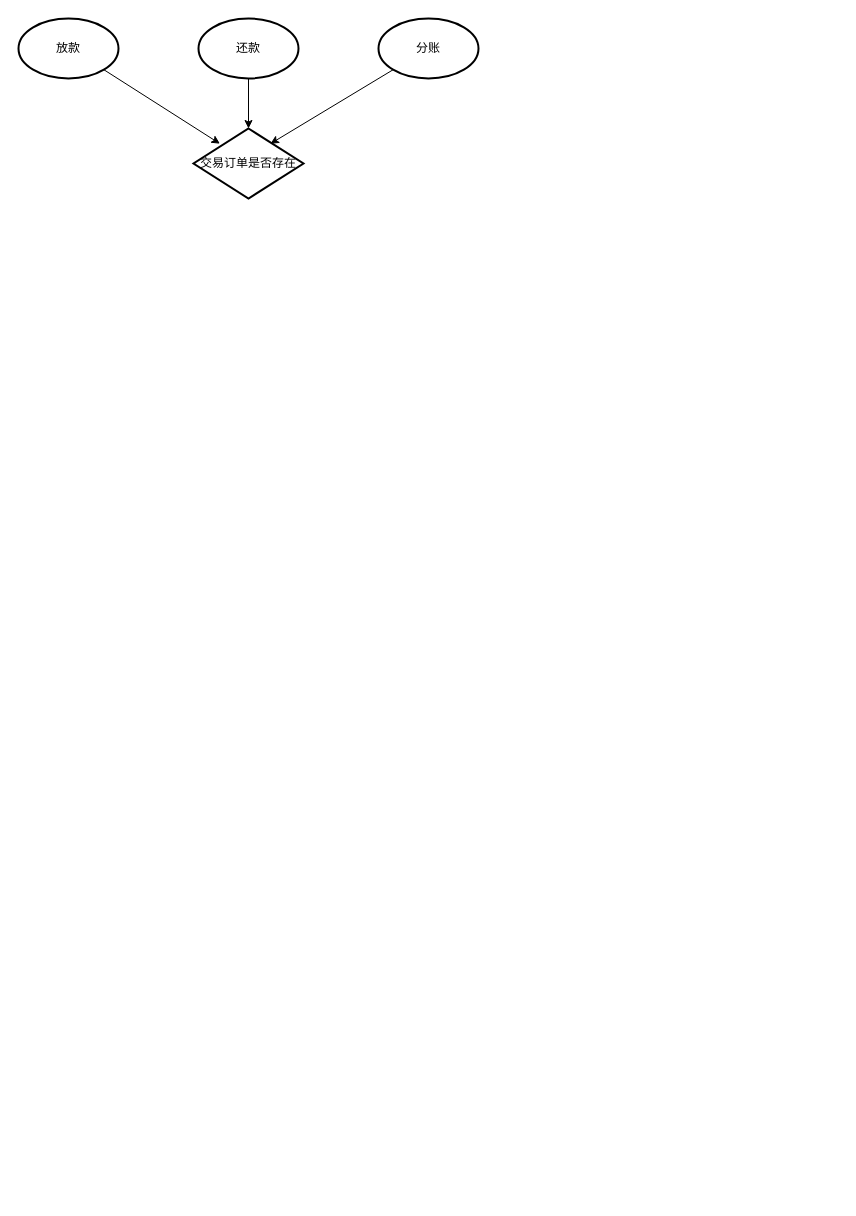
The draw.io diagram 金融科技/交易流程图ALL.drawio in 294794668/draw, before the edit. Source tidied: cells renumbered, new cells numbered last; positions are measured from the earlier drawing's top-left corner, leaving out a move shared by most shapes. Both pictures are drawn from the tidied source at 100%, with x=0, y=0 at pixel (18, 18).
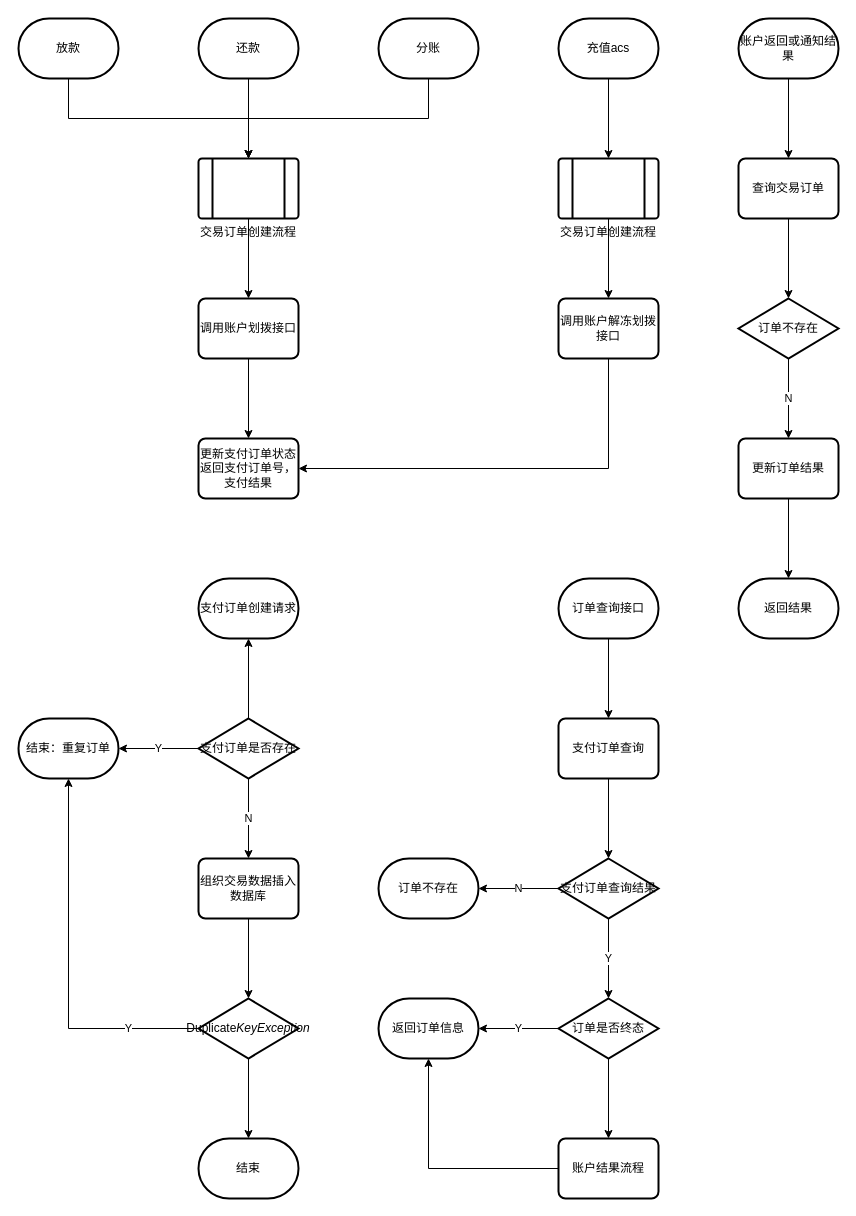
Above is the later version.

Commit message:
更新交易流程图ALL.drawio

Diff of the diagram source:
```diff
@@
-    <mxCell id="2" style="edgeStyle=none;rounded=0;jettySize=auto;html=1;" parent="1" edge="1" source="3" target="8">
-      <mxGeometry relative="1" as="geometry" />
-    </mxCell>
+    <mxCell id="9" style="edgeStyle=orthogonalEdgeStyle;rounded=0;jettySize=auto;html=1;" parent="1" edge="1" source="3" target="53">
+      <mxGeometry relative="1" as="geometry" />
+    </mxCell>
-    <mxCell id="3" value="还款" style="strokeWidth=2;html=1;shape=mxgraph.flowchart.start_1;whiteSpace=wrap;" parent="1" vertex="1">
+    <mxCell id="3" value="还款" style="strokeWidth=2;html=1;shape=mxgraph.flowchart.terminator;whiteSpace=wrap;fontFamily=Helvetica;fontSize=12;fontColor=#000000;align=center;strokeColor=#000000;fillColor=#ffffff;" parent="1" vertex="1">
       <mxGeometry x="180" width="100" height="60" as="geometry" />
     </mxCell>
-    <mxCell id="4" style="edgeStyle=none;rounded=0;jettySize=auto;html=1;exitX=0.855;exitY=0.855;exitDx=0;exitDy=0;exitPerimeter=0;entryX=0.24;entryY=0.217;entryDx=0;entryDy=0;entryPerimeter=0;" parent="1" edge="1" source="5" target="8">
-      <mxGeometry relative="1" as="geometry" />
-    </mxCell>
+    <mxCell id="10" style="edgeStyle=orthogonalEdgeStyle;rounded=0;jettySize=auto;html=1;" parent="1" edge="1" source="11" target="12">
+      <mxGeometry relative="1" as="geometry" />
+    </mxCell>
+    <mxCell id="11" value="调用账户划拨接口" style="rounded=1;whiteSpace=wrap;html=1;absoluteArcSize=1;arcSize=14;strokeWidth=2;fontFamily=Helvetica;fontSize=12;fontColor=#000000;align=center;strokeColor=#000000;fillColor=#ffffff;" parent="1" vertex="1">
+      <mxGeometry x="180" y="280" width="100" height="60" as="geometry" />
+    </mxCell>
+    <mxCell id="12" value="&lt;div&gt;更新支付订单状态&lt;/div&gt;&lt;div&gt;返回支付订单号，支付结果&lt;br&gt;&lt;/div&gt;" style="rounded=1;whiteSpace=wrap;html=1;absoluteArcSize=1;arcSize=14;strokeWidth=2;fontFamily=Helvetica;fontSize=12;fontColor=#000000;align=center;strokeColor=#000000;fillColor=#ffffff;" parent="1" vertex="1">
+      <mxGeometry x="180" y="420" width="100" height="60" as="geometry" />
+    </mxCell>
+    <mxCell id="13" style="edgeStyle=orthogonalEdgeStyle;rounded=0;jettySize=auto;html=1;" parent="1" edge="1" source="5">
+      <mxGeometry relative="1" as="geometry">
+        <mxPoint x="230" y="140" as="targetPoint" />
+        <Array as="points">
+          <mxPoint x="50" y="100" />
+          <mxPoint x="230" y="100" />
+        </Array>
+      </mxGeometry>
+    </mxCell>
-    <mxCell id="5" value="放款" style="strokeWidth=2;html=1;shape=mxgraph.flowchart.start_1;whiteSpace=wrap;" parent="1" vertex="1">
+    <mxCell id="5" value="放款" style="strokeWidth=2;html=1;shape=mxgraph.flowchart.terminator;whiteSpace=wrap;fontFamily=Helvetica;fontSize=12;fontColor=#000000;align=center;strokeColor=#000000;fillColor=#ffffff;" parent="1" vertex="1">
       <mxGeometry width="100" height="60" as="geometry" />
     </mxCell>
-    <mxCell id="6" style="edgeStyle=none;rounded=0;jettySize=auto;html=1;exitX=0.145;exitY=0.855;exitDx=0;exitDy=0;exitPerimeter=0;entryX=0.7;entryY=0.217;entryDx=0;entryDy=0;entryPerimeter=0;" parent="1" edge="1" source="7" target="8">
-      <mxGeometry relative="1" as="geometry" />
-    </mxCell>
+    <mxCell id="14" style="edgeStyle=orthogonalEdgeStyle;rounded=0;jettySize=auto;html=1;entryX=0.5;entryY=0;entryDx=0;entryDy=0;" parent="1" edge="1" source="7" target="53">
+      <mxGeometry relative="1" as="geometry">
+        <Array as="points">
+          <mxPoint x="410" y="100" />
+          <mxPoint x="230" y="100" />
+        </Array>
+      </mxGeometry>
+    </mxCell>
-    <mxCell id="7" value="分账" style="strokeWidth=2;html=1;shape=mxgraph.flowchart.start_1;whiteSpace=wrap;" parent="1" vertex="1">
+    <mxCell id="7" value="分账" style="strokeWidth=2;html=1;shape=mxgraph.flowchart.terminator;whiteSpace=wrap;fontFamily=Helvetica;fontSize=12;fontColor=#000000;align=center;strokeColor=#000000;fillColor=#ffffff;" parent="1" vertex="1">
       <mxGeometry x="360" width="100" height="60" as="geometry" />
     </mxCell>
-    <mxCell id="8" value="交易订单是否存在" style="strokeWidth=2;html=1;shape=mxgraph.flowchart.decision;whiteSpace=wrap;fontFamily=Helvetica;fontSize=12;fontColor=#000000;align=center;strokeColor=#000000;fillColor=#ffffff;" parent="1" vertex="1">
-      <mxGeometry x="175" y="110" width="110" height="70" as="geometry" />
-    </mxCell>
+    <mxCell id="15" style="edgeStyle=orthogonalEdgeStyle;rounded=0;jettySize=auto;html=1;" parent="1" edge="1" source="16" target="55">
+      <mxGeometry relative="1" as="geometry" />
+    </mxCell>
+    <mxCell id="16" value="充值acs" style="strokeWidth=2;html=1;shape=mxgraph.flowchart.terminator;whiteSpace=wrap;fontFamily=Helvetica;fontSize=12;fontColor=#000000;align=center;strokeColor=#000000;fillColor=#ffffff;" parent="1" vertex="1">
+      <mxGeometry x="540" width="100" height="60" as="geometry" />
+    </mxCell>
+    <mxCell id="17" style="edgeStyle=orthogonalEdgeStyle;rounded=0;jettySize=auto;html=1;" parent="1" edge="1" source="18" target="20">
+      <mxGeometry relative="1" as="geometry" />
+    </mxCell>
+    <mxCell id="18" value="账户返回或通知结果" style="strokeWidth=2;html=1;shape=mxgraph.flowchart.terminator;whiteSpace=wrap;fontFamily=Helvetica;fontSize=12;fontColor=#000000;align=center;strokeColor=#000000;fillColor=#ffffff;" parent="1" vertex="1">
+      <mxGeometry x="720" width="100" height="60" as="geometry" />
+    </mxCell>
+    <mxCell id="19" style="edgeStyle=orthogonalEdgeStyle;rounded=0;jettySize=auto;html=1;" parent="1" edge="1" source="20" target="22">
+      <mxGeometry relative="1" as="geometry" />
+    </mxCell>
+    <mxCell id="20" value="查询交易订单" style="rounded=1;whiteSpace=wrap;html=1;absoluteArcSize=1;arcSize=14;strokeWidth=2;fontFamily=Helvetica;fontSize=12;fontColor=#000000;align=center;strokeColor=#000000;fillColor=#ffffff;" parent="1" vertex="1">
+      <mxGeometry x="720" y="140" width="100" height="60" as="geometry" />
+    </mxCell>
+    <mxCell id="21" value="N" style="edgeStyle=orthogonalEdgeStyle;rounded=0;jettySize=auto;html=1;" parent="1" edge="1" source="22" target="24">
+      <mxGeometry relative="1" as="geometry" />
+    </mxCell>
+    <mxCell id="22" value="订单不存在" style="strokeWidth=2;html=1;shape=mxgraph.flowchart.decision;whiteSpace=wrap;fontFamily=Helvetica;fontSize=12;fontColor=#000000;align=center;strokeColor=#000000;fillColor=#ffffff;" parent="1" vertex="1">
+      <mxGeometry x="720" y="280" width="100" height="60" as="geometry" />
+    </mxCell>
+    <mxCell id="23" style="edgeStyle=orthogonalEdgeStyle;rounded=0;jettySize=auto;html=1;" parent="1" edge="1" source="24" target="25">
+      <mxGeometry relative="1" as="geometry" />
+    </mxCell>
+    <mxCell id="24" value="更新订单结果" style="rounded=1;whiteSpace=wrap;html=1;absoluteArcSize=1;arcSize=14;strokeWidth=2;fontFamily=Helvetica;fontSize=12;fontColor=#000000;align=center;strokeColor=#000000;fillColor=#ffffff;" parent="1" vertex="1">
+      <mxGeometry x="720" y="420" width="100" height="60" as="geometry" />
+    </mxCell>
+    <mxCell id="25" value="返回结果" style="strokeWidth=2;html=1;shape=mxgraph.flowchart.terminator;whiteSpace=wrap;fontFamily=Helvetica;fontSize=12;fontColor=#000000;align=center;strokeColor=#000000;fillColor=#ffffff;" parent="1" vertex="1">
+      <mxGeometry x="720" y="560" width="100" height="60" as="geometry" />
+    </mxCell>
+    <mxCell id="26" value="N" style="edgeStyle=none;rounded=0;jettySize=auto;html=1;" parent="1" edge="1" source="29" target="47">
+      <mxGeometry relative="1" as="geometry" />
+    </mxCell>
+    <mxCell id="27" value="Y" style="edgeStyle=none;rounded=0;jettySize=auto;html=1;" parent="1" edge="1" source="29" target="45">
+      <mxGeometry relative="1" as="geometry" />
+    </mxCell>
+    <mxCell id="28" style="edgeStyle=orthogonalEdgeStyle;rounded=0;jettySize=auto;html=1;" parent="1" edge="1" source="29" target="30">
+      <mxGeometry relative="1" as="geometry" />
+    </mxCell>
+    <mxCell id="29" value="支付订单是否存在" style="strokeWidth=2;html=1;shape=mxgraph.flowchart.decision;whiteSpace=wrap;fontFamily=Helvetica;fontSize=12;fontColor=#000000;align=center;strokeColor=#000000;fillColor=#ffffff;" parent="1" vertex="1">
+      <mxGeometry x="180" y="700" width="100" height="60" as="geometry" />
+    </mxCell>
+    <mxCell id="30" value="支付订单创建请求" style="strokeWidth=2;html=1;shape=mxgraph.flowchart.terminator;whiteSpace=wrap;fontFamily=Helvetica;fontSize=12;fontColor=#000000;align=center;strokeColor=#000000;fillColor=#ffffff;" parent="1" vertex="1">
+      <mxGeometry x="180" y="560" width="100" height="60" as="geometry" />
+    </mxCell>
+    <mxCell id="31" style="edgeStyle=orthogonalEdgeStyle;rounded=0;jettySize=auto;html=1;" parent="1" edge="1" source="32" target="34">
+      <mxGeometry relative="1" as="geometry" />
+    </mxCell>
+    <mxCell id="32" value="订单查询接口" style="strokeWidth=2;html=1;shape=mxgraph.flowchart.terminator;whiteSpace=wrap;fontFamily=Helvetica;fontSize=12;fontColor=#000000;align=center;strokeColor=#000000;fillColor=#ffffff;" parent="1" vertex="1">
+      <mxGeometry x="540" y="560" width="100" height="60" as="geometry" />
+    </mxCell>
+    <mxCell id="33" style="edgeStyle=orthogonalEdgeStyle;rounded=0;jettySize=auto;html=1;" parent="1" edge="1" source="34" target="37">
+      <mxGeometry relative="1" as="geometry" />
+    </mxCell>
+    <mxCell id="34" value="支付订单查询" style="rounded=1;whiteSpace=wrap;html=1;absoluteArcSize=1;arcSize=14;strokeWidth=2;fontFamily=Helvetica;fontSize=12;fontColor=#000000;align=center;strokeColor=#000000;fillColor=#ffffff;" parent="1" vertex="1">
+      <mxGeometry x="540" y="700" width="100" height="60" as="geometry" />
+    </mxCell>
+    <mxCell id="35" value="N" style="edgeStyle=orthogonalEdgeStyle;rounded=0;jettySize=auto;html=1;" parent="1" edge="1" source="37" target="44">
+      <mxGeometry relative="1" as="geometry" />
+    </mxCell>
+    <mxCell id="36" value="Y" style="edgeStyle=orthogonalEdgeStyle;rounded=0;jettySize=auto;html=1;" parent="1" edge="1" source="37" target="40">
+      <mxGeometry relative="1" as="geometry" />
+    </mxCell>
+    <mxCell id="37" value="支付订单查询结果" style="strokeWidth=2;html=1;shape=mxgraph.flowchart.decision;whiteSpace=wrap;fontFamily=Helvetica;fontSize=12;fontColor=#000000;align=center;strokeColor=#000000;fillColor=#ffffff;" parent="1" vertex="1">
+      <mxGeometry x="540" y="840" width="100" height="60" as="geometry" />
+    </mxCell>
+    <mxCell id="38" value="Y" style="edgeStyle=orthogonalEdgeStyle;rounded=0;jettySize=auto;html=1;" parent="1" edge="1" source="40" target="43">
+      <mxGeometry relative="1" as="geometry" />
+    </mxCell>
+    <mxCell id="39" style="edgeStyle=orthogonalEdgeStyle;rounded=0;jettySize=auto;html=1;" parent="1" edge="1" source="40" target="42">
+      <mxGeometry relative="1" as="geometry" />
+    </mxCell>
+    <mxCell id="40" value="订单是否终态" style="strokeWidth=2;html=1;shape=mxgraph.flowchart.decision;whiteSpace=wrap;fontFamily=Helvetica;fontSize=12;fontColor=#000000;align=center;strokeColor=#000000;fillColor=#ffffff;" parent="1" vertex="1">
+      <mxGeometry x="540" y="980" width="100" height="60" as="geometry" />
+    </mxCell>
+    <mxCell id="41" style="edgeStyle=orthogonalEdgeStyle;rounded=0;jettySize=auto;html=1;entryX=0.5;entryY=1;entryDx=0;entryDy=0;entryPerimeter=0;" parent="1" edge="1" source="42" target="43">
+      <mxGeometry relative="1" as="geometry" />
+    </mxCell>
+    <mxCell id="42" value="账户结果流程" style="rounded=1;whiteSpace=wrap;html=1;absoluteArcSize=1;arcSize=14;strokeWidth=2;fontFamily=Helvetica;fontSize=12;fontColor=#000000;align=center;strokeColor=#000000;fillColor=#ffffff;" parent="1" vertex="1">
+      <mxGeometry x="540" y="1120" width="100" height="60" as="geometry" />
+    </mxCell>
+    <mxCell id="43" value="返回订单信息" style="strokeWidth=2;html=1;shape=mxgraph.flowchart.terminator;whiteSpace=wrap;fontFamily=Helvetica;fontSize=12;fontColor=#000000;align=center;strokeColor=#000000;fillColor=#ffffff;" parent="1" vertex="1">
+      <mxGeometry x="360" y="980" width="100" height="60" as="geometry" />
+    </mxCell>
+    <mxCell id="44" value="订单不存在" style="strokeWidth=2;html=1;shape=mxgraph.flowchart.terminator;whiteSpace=wrap;fontFamily=Helvetica;fontSize=12;fontColor=#000000;align=center;strokeColor=#000000;fillColor=#ffffff;" parent="1" vertex="1">
+      <mxGeometry x="360" y="840" width="100" height="60" as="geometry" />
+    </mxCell>
+    <mxCell id="45" value="结束：重复订单" style="strokeWidth=2;html=1;shape=mxgraph.flowchart.terminator;whiteSpace=wrap;fontFamily=Helvetica;fontSize=12;fontColor=#000000;align=center;strokeColor=#000000;fillColor=#ffffff;" parent="1" vertex="1">
+      <mxGeometry y="700" width="100" height="60" as="geometry" />
+    </mxCell>
+    <mxCell id="46" style="edgeStyle=orthogonalEdgeStyle;rounded=0;jettySize=auto;html=1;" parent="1" edge="1" source="47" target="50">
+      <mxGeometry relative="1" as="geometry" />
+    </mxCell>
+    <mxCell id="47" value="组织交易数据插入数据库" style="rounded=1;whiteSpace=wrap;html=1;absoluteArcSize=1;arcSize=14;strokeWidth=2;fontFamily=Helvetica;fontSize=12;fontColor=#000000;align=center;strokeColor=#000000;fillColor=#ffffff;" parent="1" vertex="1">
+      <mxGeometry x="180" y="840" width="100" height="60" as="geometry" />
+    </mxCell>
+    <mxCell id="48" value="Y" style="edgeStyle=orthogonalEdgeStyle;rounded=0;jettySize=auto;html=1;" parent="1" edge="1" source="50" target="45">
+      <mxGeometry x="-0.63" relative="1" as="geometry" />
+    </mxCell>
+    <mxCell id="49" style="edgeStyle=orthogonalEdgeStyle;rounded=0;jettySize=auto;html=1;" parent="1" edge="1" source="50" target="51">
+      <mxGeometry relative="1" as="geometry" />
+    </mxCell>
+    <mxCell id="50" value="Duplicate&lt;em&gt;KeyException&lt;/em&gt;" style="strokeWidth=2;html=1;shape=mxgraph.flowchart.decision;whiteSpace=wrap;fontFamily=Helvetica;fontSize=12;fontColor=#000000;align=center;strokeColor=#000000;fillColor=#ffffff;" parent="1" vertex="1">
+      <mxGeometry x="180" y="980" width="100" height="60" as="geometry" />
+    </mxCell>
+    <mxCell id="51" value="结束" style="strokeWidth=2;html=1;shape=mxgraph.flowchart.terminator;whiteSpace=wrap;fontFamily=Helvetica;fontSize=12;fontColor=#000000;align=center;strokeColor=#000000;fillColor=#ffffff;" parent="1" vertex="1">
+      <mxGeometry x="180" y="1120" width="100" height="60" as="geometry" />
+    </mxCell>
+    <mxCell id="52" style="edgeStyle=orthogonalEdgeStyle;rounded=0;jettySize=auto;html=1;" parent="1" edge="1" source="53" target="11">
+      <mxGeometry relative="1" as="geometry" />
+    </mxCell>
+    <mxCell id="53" value="交易订单创建流程" style="verticalLabelPosition=bottom;verticalAlign=top;html=1;strokeWidth=2;shape=process;whiteSpace=wrap;rounded=1;size=0.14;arcSize=6;" parent="1" vertex="1">
+      <mxGeometry x="180" y="140" width="100" height="60" as="geometry" />
+    </mxCell>
+    <mxCell id="54" style="edgeStyle=orthogonalEdgeStyle;rounded=0;jettySize=auto;html=1;" parent="1" edge="1" source="55" target="57">
+      <mxGeometry relative="1" as="geometry" />
+    </mxCell>
+    <mxCell id="55" value="交易订单创建流程" style="verticalLabelPosition=bottom;verticalAlign=top;html=1;strokeWidth=2;shape=process;whiteSpace=wrap;rounded=1;size=0.14;arcSize=6;" parent="1" vertex="1">
+      <mxGeometry x="540" y="140" width="100" height="60" as="geometry" />
+    </mxCell>
+    <mxCell id="56" style="edgeStyle=orthogonalEdgeStyle;rounded=0;jettySize=auto;html=1;entryX=1;entryY=0.5;entryDx=0;entryDy=0;exitX=0.5;exitY=1;exitDx=0;exitDy=0;" parent="1" edge="1" source="57" target="12">
+      <mxGeometry relative="1" as="geometry">
+        <Array as="points">
+          <mxPoint x="590" y="450" />
+        </Array>
+      </mxGeometry>
+    </mxCell>
+    <mxCell id="57" value="调用账户解冻划拨接口" style="rounded=1;whiteSpace=wrap;html=1;absoluteArcSize=1;arcSize=14;strokeWidth=2;fontFamily=Helvetica;fontSize=12;fontColor=#000000;align=center;strokeColor=#000000;fillColor=#ffffff;" parent="1" vertex="1">
+      <mxGeometry x="540" y="280" width="100" height="60" as="geometry" />
+    </mxCell>
```
